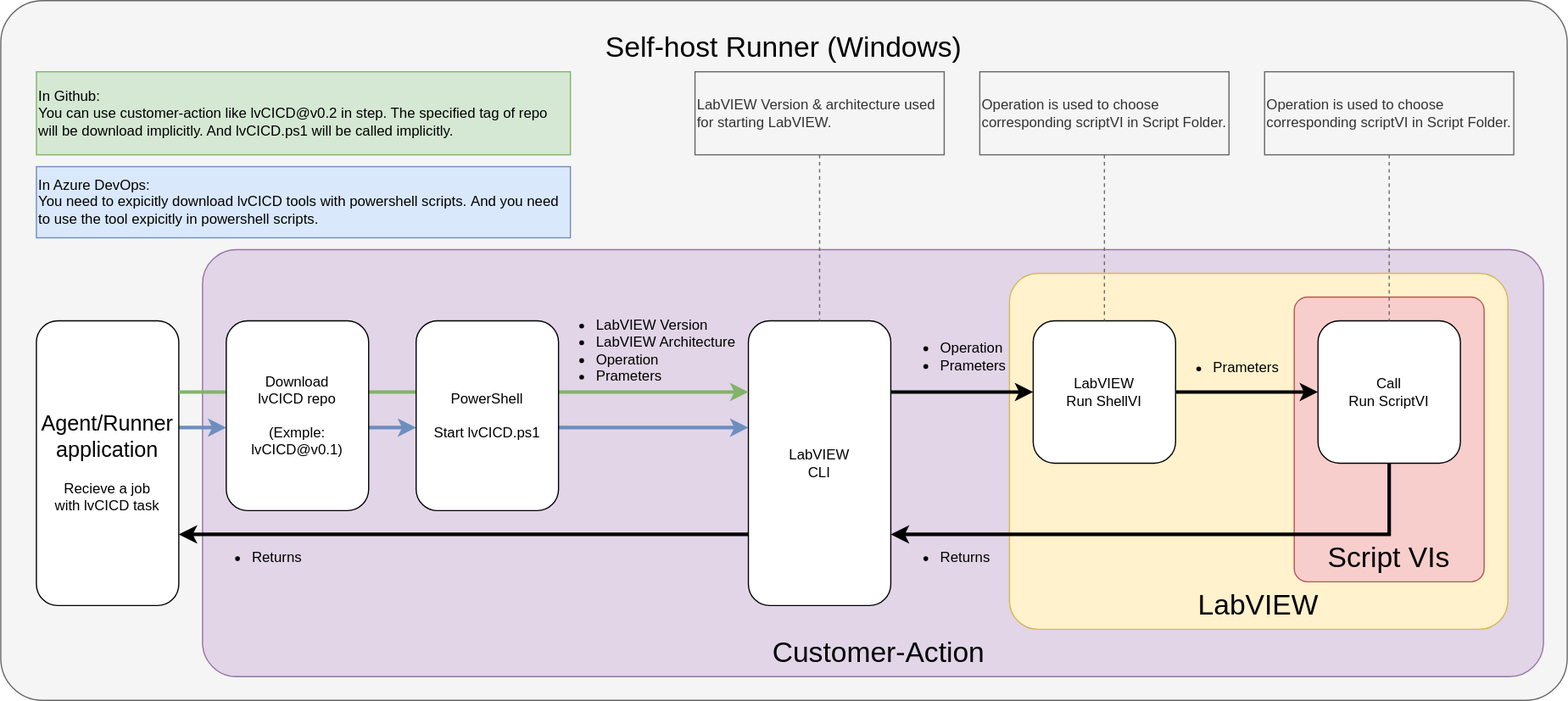
Before: docs/architecture.svg, a diagram exported from draw.io (LV-APT/lvCICD). Source tidied: cells renumbered, new cells last; positions are measured from the earlier drawing's top-left corner, leaving out a move shared by most shapes. Source of this version:
```xml
<mxGraphModel>
  <root>
    <mxCell id="0" />
    <mxCell id="1" parent="0" />
    <mxCell id="2" style="rounded=1;whiteSpace=wrap;html=1;align=left;fillColor=#f5f5f5;strokeColor=#666666;fontColor=#333333;arcSize=6;" parent="1" vertex="1">
      <mxGeometry width="1320" height="590" as="geometry" />
    </mxCell>
    <mxCell id="3" style="rounded=1;whiteSpace=wrap;html=1;align=left;fillColor=#e1d5e7;strokeColor=#9673a6;arcSize=8;" parent="1" vertex="1">
      <mxGeometry x="170" y="210" width="1130" height="360" as="geometry" />
    </mxCell>
    <mxCell id="4" style="rounded=1;whiteSpace=wrap;html=1;align=left;fillColor=#fff2cc;strokeColor=#d6b656;arcSize=8;" parent="1" vertex="1">
      <mxGeometry x="850" y="230" width="420" height="300" as="geometry" />
    </mxCell>
    <mxCell id="5" style="rounded=1;whiteSpace=wrap;html=1;align=left;fillColor=#f8cecc;strokeColor=#b85450;arcSize=7;" parent="1" vertex="1">
      <mxGeometry x="1090" y="250" width="160" height="240" as="geometry" />
    </mxCell>
    <mxCell id="6" style="edgeStyle=orthogonalEdgeStyle;rounded=0;orthogonalLoop=1;jettySize=auto;html=1;exitX=1;exitY=0.75;exitDx=0;exitDy=0;entryX=0;entryY=0.75;entryDx=0;entryDy=0;fillColor=#dae8fc;strokeColor=#6c8ebf;strokeWidth=3;" parent="1" edge="1">
      <mxGeometry relative="1" as="geometry">
        <mxPoint x="150" y="360" as="sourcePoint" />
        <mxPoint x="190" y="360" as="targetPoint" />
      </mxGeometry>
    </mxCell>
    <mxCell id="7" value="&lt;font style=&quot;font-size: 18px&quot;&gt;&lt;font style=&quot;font-size: 18px&quot;&gt;Agent/Runner&lt;/font&gt;&lt;br&gt;application&lt;br&gt;&lt;/font&gt;&lt;br&gt;Recieve a job&lt;br&gt;with lvCICD task" style="rounded=1;whiteSpace=wrap;html=1;" parent="1" vertex="1">
      <mxGeometry x="30" y="270" width="120" height="240" as="geometry" />
    </mxCell>
    <mxCell id="8" style="edgeStyle=orthogonalEdgeStyle;rounded=0;orthogonalLoop=1;jettySize=auto;html=1;exitX=1;exitY=0.75;exitDx=0;exitDy=0;entryX=0;entryY=0.75;entryDx=0;entryDy=0;fillColor=#dae8fc;strokeColor=#6c8ebf;strokeWidth=3;" parent="1" edge="1">
      <mxGeometry relative="1" as="geometry">
        <mxPoint x="470" y="360" as="sourcePoint" />
        <mxPoint x="630" y="360" as="targetPoint" />
      </mxGeometry>
    </mxCell>
    <mxCell id="9" style="edgeStyle=orthogonalEdgeStyle;rounded=0;orthogonalLoop=1;jettySize=auto;html=1;exitX=1;exitY=0.75;exitDx=0;exitDy=0;entryX=0;entryY=0.75;entryDx=0;entryDy=0;fillColor=#dae8fc;strokeColor=#6c8ebf;strokeWidth=3;" parent="1" edge="1">
      <mxGeometry relative="1" as="geometry">
        <mxPoint x="310" y="360" as="sourcePoint" />
        <mxPoint x="350" y="360" as="targetPoint" />
      </mxGeometry>
    </mxCell>
    <mxCell id="10" style="edgeStyle=orthogonalEdgeStyle;rounded=0;jettySize=auto;html=1;entryX=0;entryY=0.5;entryDx=0;entryDy=0;exitX=1;exitY=0.25;exitDx=0;exitDy=0;strokeWidth=3;" parent="1" edge="1" source="11" target="13">
      <mxGeometry relative="1" as="geometry" />
    </mxCell>
    <mxCell id="11" value="LabVIEW&lt;br&gt;CLI" style="rounded=1;whiteSpace=wrap;html=1;" parent="1" vertex="1">
      <mxGeometry x="630" y="270" width="120" height="240" as="geometry" />
    </mxCell>
    <mxCell id="12" style="edgeStyle=orthogonalEdgeStyle;rounded=0;jettySize=auto;html=1;exitX=1;exitY=0.5;exitDx=0;exitDy=0;entryX=0;entryY=0.5;entryDx=0;entryDy=0;strokeWidth=3;" parent="1" edge="1" source="13" target="15">
      <mxGeometry relative="1" as="geometry" />
    </mxCell>
    <mxCell id="13" value="LabVIEW&lt;br&gt;Run ShellVI" style="rounded=1;whiteSpace=wrap;html=1;" parent="1" vertex="1">
      <mxGeometry x="870" y="270" width="120" height="120" as="geometry" />
    </mxCell>
    <mxCell id="14" style="edgeStyle=orthogonalEdgeStyle;rounded=0;jettySize=auto;html=1;exitX=0.5;exitY=1;exitDx=0;exitDy=0;entryX=1;entryY=0.75;entryDx=0;entryDy=0;strokeWidth=3;" parent="1" edge="1" source="15" target="11">
      <mxGeometry relative="1" as="geometry" />
    </mxCell>
    <mxCell id="15" value="Call&lt;br&gt;Run ScriptVI" style="rounded=1;whiteSpace=wrap;html=1;" parent="1" vertex="1">
      <mxGeometry x="1110" y="270" width="120" height="120" as="geometry" />
    </mxCell>
    <mxCell id="16" value="In Azure DevOps:&lt;br&gt;You need to&amp;nbsp;expicitly download lvCICD tools with powershell scripts.&amp;nbsp;And you need to use the tool expicitly&amp;nbsp;in powershell scripts." style="text;html=1;strokeColor=#6c8ebf;fillColor=#dae8fc;align=left;verticalAlign=middle;whiteSpace=wrap;rounded=0;" parent="1" vertex="1">
      <mxGeometry x="30" y="140" width="450" height="60" as="geometry" />
    </mxCell>
    <mxCell id="17" style="edgeStyle=orthogonalEdgeStyle;rounded=0;jettySize=auto;html=1;exitX=1;exitY=0.25;exitDx=0;exitDy=0;entryX=0;entryY=0.25;entryDx=0;entryDy=0;fillColor=#d5e8d4;strokeColor=#82b366;strokeWidth=3;" parent="1" edge="1" source="7" target="11">
      <mxGeometry relative="1" as="geometry" />
    </mxCell>
    <mxCell id="18" value="In Github:&lt;br&gt;You can use customer-action like lvCICD@v0.2 in step. The specified tag&amp;nbsp;of repo will be download&amp;nbsp;implicitly. And&amp;nbsp;lvCICD.ps1 will be called implicitly." style="text;html=1;strokeColor=#82b366;fillColor=#d5e8d4;align=left;verticalAlign=middle;whiteSpace=wrap;rounded=0;" parent="1" vertex="1">
      <mxGeometry x="30" y="60" width="450" height="70" as="geometry" />
    </mxCell>
    <mxCell id="19" value="&lt;ul&gt;&lt;li&gt;&lt;span&gt;LabVIEW Version&lt;/span&gt;&lt;/li&gt;&lt;li&gt;&lt;span&gt;LabVIEW Architecture&lt;/span&gt;&lt;/li&gt;&lt;li&gt;&lt;span&gt;Operation&lt;/span&gt;&lt;/li&gt;&lt;li&gt;&lt;span&gt;Prameters&lt;/span&gt;&lt;/li&gt;&lt;/ul&gt;" style="text;html=1;strokeColor=none;fillColor=none;align=left;verticalAlign=middle;whiteSpace=wrap;rounded=0;" parent="1" vertex="1">
      <mxGeometry x="460" y="260" width="165" height="70" as="geometry" />
    </mxCell>
    <mxCell id="20" value="&lt;ul&gt;&lt;li&gt;&lt;span&gt;Operation&lt;/span&gt;&lt;br&gt;&lt;/li&gt;&lt;li&gt;&lt;span&gt;Prameters&lt;/span&gt;&lt;/li&gt;&lt;/ul&gt;" style="text;html=1;strokeColor=none;fillColor=none;align=left;verticalAlign=middle;whiteSpace=wrap;rounded=0;" parent="1" vertex="1">
      <mxGeometry x="750" y="280" width="110" height="40" as="geometry" />
    </mxCell>
    <mxCell id="21" value="&lt;ul&gt;&lt;li&gt;&lt;span&gt;Prameters&lt;/span&gt;&lt;br&gt;&lt;/li&gt;&lt;/ul&gt;" style="text;html=1;strokeColor=none;fillColor=none;align=left;verticalAlign=middle;whiteSpace=wrap;rounded=0;" parent="1" vertex="1">
      <mxGeometry x="980" y="290" width="110" height="40" as="geometry" />
    </mxCell>
    <mxCell id="22" value="&lt;ul&gt;&lt;li&gt;&lt;span&gt;Returns&lt;/span&gt;&lt;br&gt;&lt;/li&gt;&lt;/ul&gt;" style="text;html=1;strokeColor=none;fillColor=none;align=left;verticalAlign=middle;whiteSpace=wrap;rounded=0;" parent="1" vertex="1">
      <mxGeometry x="750" y="450" width="165" height="40" as="geometry" />
    </mxCell>
    <mxCell id="23" style="edgeStyle=orthogonalEdgeStyle;rounded=0;jettySize=auto;html=1;exitX=0.5;exitY=1;exitDx=0;exitDy=0;entryX=0.5;entryY=0;entryDx=0;entryDy=0;strokeWidth=1;fillColor=#f5f5f5;strokeColor=#666666;dashed=1;endArrow=none;endFill=0;" parent="1" edge="1" source="24" target="11">
      <mxGeometry relative="1" as="geometry" />
    </mxCell>
    <mxCell id="24" value="&lt;span&gt;LabVIEW Version &amp;amp; architecture used for starting LabVIEW.&lt;/span&gt;" style="text;html=1;strokeColor=#666666;fillColor=#f5f5f5;align=left;verticalAlign=middle;whiteSpace=wrap;rounded=0;fontColor=#333333;" parent="1" vertex="1">
      <mxGeometry x="585" y="60" width="210" height="70" as="geometry" />
    </mxCell>
    <mxCell id="25" style="edgeStyle=orthogonalEdgeStyle;rounded=0;jettySize=auto;html=1;exitX=0.5;exitY=1;exitDx=0;exitDy=0;entryX=0.5;entryY=0;entryDx=0;entryDy=0;strokeWidth=1;fillColor=#f5f5f5;strokeColor=#666666;dashed=1;endArrow=none;endFill=0;" parent="1" edge="1" source="26" target="13">
      <mxGeometry relative="1" as="geometry" />
    </mxCell>
    <mxCell id="26" value="&lt;span&gt;Operation is used to choose corresponding scriptVI in Script Folder.&lt;/span&gt;" style="text;html=1;strokeColor=#666666;fillColor=#f5f5f5;align=left;verticalAlign=middle;whiteSpace=wrap;rounded=0;fontColor=#333333;" parent="1" vertex="1">
      <mxGeometry x="825" y="60" width="210" height="70" as="geometry" />
    </mxCell>
    <mxCell id="27" style="edgeStyle=orthogonalEdgeStyle;rounded=0;jettySize=auto;html=1;exitX=0.5;exitY=1;exitDx=0;exitDy=0;entryX=0.5;entryY=0;entryDx=0;entryDy=0;strokeWidth=1;fillColor=#f5f5f5;strokeColor=#666666;dashed=1;endArrow=none;endFill=0;" parent="1" edge="1" source="28" target="15">
      <mxGeometry relative="1" as="geometry" />
    </mxCell>
    <mxCell id="28" value="&lt;span&gt;Operation is used to choose corresponding scriptVI in Script Folder.&lt;/span&gt;" style="text;html=1;strokeColor=#666666;fillColor=#f5f5f5;align=left;verticalAlign=middle;whiteSpace=wrap;rounded=0;fontColor=#333333;" parent="1" vertex="1">
      <mxGeometry x="1065" y="60" width="210" height="70" as="geometry" />
    </mxCell>
    <mxCell id="29" style="edgeStyle=orthogonalEdgeStyle;rounded=0;jettySize=auto;html=1;exitX=0;exitY=0.75;exitDx=0;exitDy=0;entryX=1;entryY=0.75;entryDx=0;entryDy=0;strokeWidth=3;" parent="1" edge="1" source="11" target="7">
      <mxGeometry relative="1" as="geometry" />
    </mxCell>
    <mxCell id="30" value="Self-host Runner (Windows)" style="text;html=1;strokeColor=none;fillColor=none;align=center;verticalAlign=middle;whiteSpace=wrap;rounded=0;fontSize=24;" parent="1" vertex="1">
      <mxGeometry x="490" y="30" width="340" height="20" as="geometry" />
    </mxCell>
    <mxCell id="31" value="LabVIEW" style="text;html=1;strokeColor=none;fillColor=none;align=center;verticalAlign=middle;whiteSpace=wrap;rounded=0;fontSize=24;" parent="1" vertex="1">
      <mxGeometry x="890" y="500" width="340" height="20" as="geometry" />
    </mxCell>
    <mxCell id="32" value="Script VIs" style="text;html=1;strokeColor=none;fillColor=none;align=center;verticalAlign=middle;whiteSpace=wrap;rounded=0;fontSize=24;" parent="1" vertex="1">
      <mxGeometry x="1090" y="460" width="160" height="20" as="geometry" />
    </mxCell>
    <mxCell id="33" value="Customer-Action" style="text;html=1;strokeColor=none;fillColor=none;align=center;verticalAlign=middle;whiteSpace=wrap;rounded=0;fontSize=24;" parent="1" vertex="1">
      <mxGeometry x="570" y="540" width="340" height="20" as="geometry" />
    </mxCell>
    <mxCell id="34" value="PowerShell&lt;br&gt;&lt;br&gt;Start lvCICD.ps1" style="rounded=1;whiteSpace=wrap;html=1;" parent="1" vertex="1">
      <mxGeometry x="350" y="270" width="120" height="160" as="geometry" />
    </mxCell>
    <mxCell id="35" value="Download&lt;br&gt;lvCICD repo&lt;br&gt;&lt;br&gt;(Exmple:&lt;br&gt;lvCICD@v0.1)" style="rounded=1;whiteSpace=wrap;html=1;" parent="1" vertex="1">
      <mxGeometry x="190" y="270" width="120" height="160" as="geometry" />
    </mxCell>
    <mxCell id="36" value="&lt;ul&gt;&lt;li&gt;&lt;span&gt;Returns&lt;/span&gt;&lt;br&gt;&lt;/li&gt;&lt;/ul&gt;" style="text;html=1;strokeColor=none;fillColor=none;align=left;verticalAlign=middle;whiteSpace=wrap;rounded=0;" parent="1" vertex="1">
      <mxGeometry x="170" y="450" width="165" height="40" as="geometry" />
    </mxCell>
  </root>
</mxGraphModel>
```
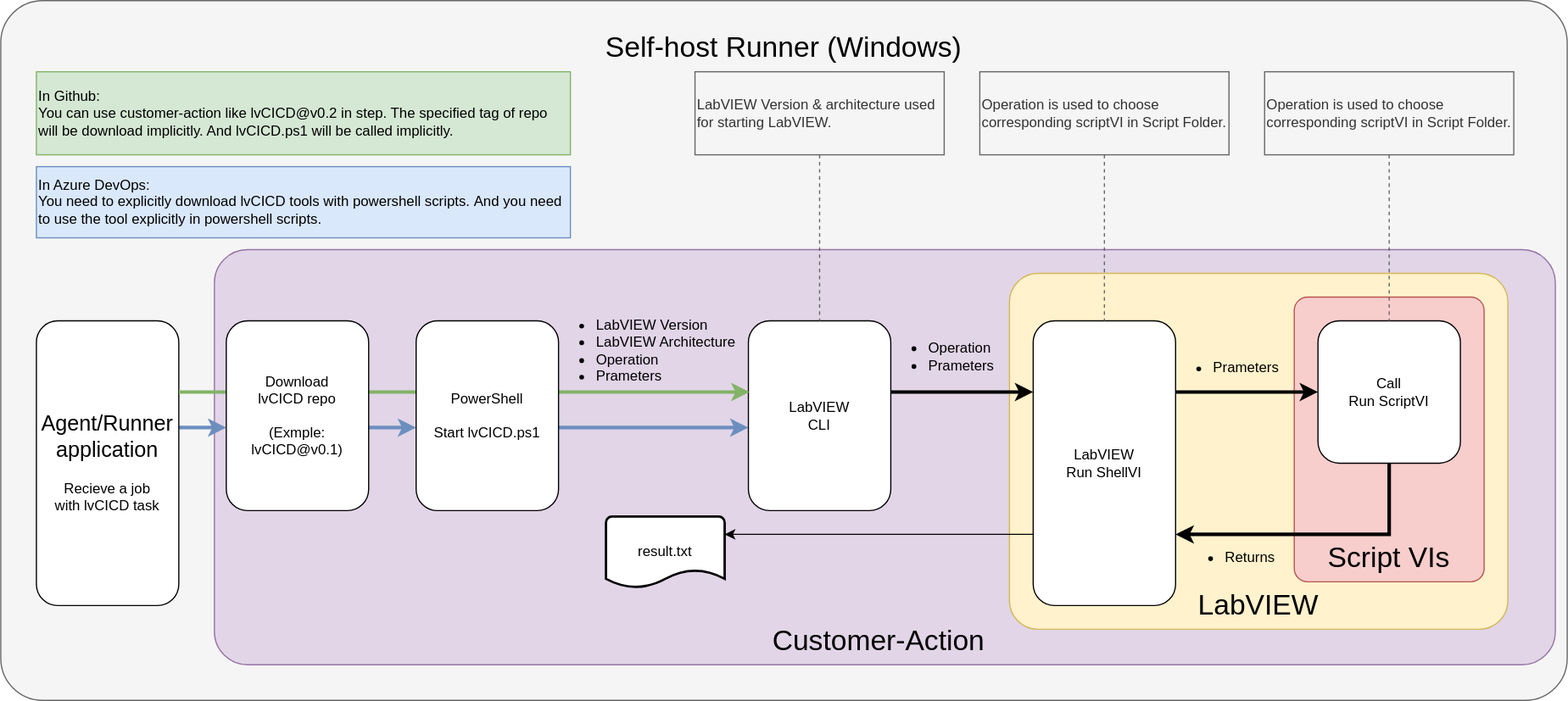
Above is the later version.

Change to the diagram source:
```diff
@@ -6,7 +6,7 @@
       <mxGeometry width="1320" height="590" as="geometry" />
     </mxCell>
     <mxCell id="3" style="rounded=1;whiteSpace=wrap;html=1;align=left;fillColor=#e1d5e7;strokeColor=#9673a6;arcSize=8;" parent="1" vertex="1">
-      <mxGeometry x="170" y="210" width="1130" height="360" as="geometry" />
+      <mxGeometry x="180" y="210" width="1130" height="350" as="geometry" />
     </mxCell>
     <mxCell id="4" style="rounded=1;whiteSpace=wrap;html=1;align=left;fillColor=#fff2cc;strokeColor=#d6b656;arcSize=8;" parent="1" vertex="1">
       <mxGeometry x="850" y="230" width="420" height="300" as="geometry" />
@@ -35,28 +35,33 @@
         <mxPoint x="350" y="360" as="targetPoint" />
       </mxGeometry>
     </mxCell>
-    <mxCell id="10" style="edgeStyle=orthogonalEdgeStyle;rounded=0;jettySize=auto;html=1;entryX=0;entryY=0.5;entryDx=0;entryDy=0;exitX=1;exitY=0.25;exitDx=0;exitDy=0;strokeWidth=3;" parent="1" edge="1" source="11" target="13">
-      <mxGeometry relative="1" as="geometry" />
+    <mxCell id="10" style="edgeStyle=orthogonalEdgeStyle;rounded=0;jettySize=auto;html=1;entryX=0;entryY=0.25;entryDx=0;entryDy=0;strokeWidth=3;" parent="1" edge="1" target="13">
+      <mxGeometry relative="1" as="geometry">
+        <mxPoint x="750" y="330" as="sourcePoint" />
+      </mxGeometry>
     </mxCell>
     <mxCell id="11" value="LabVIEW&lt;br&gt;CLI" style="rounded=1;whiteSpace=wrap;html=1;" parent="1" vertex="1">
-      <mxGeometry x="630" y="270" width="120" height="240" as="geometry" />
+      <mxGeometry x="630" y="270" width="120" height="160" as="geometry" />
     </mxCell>
-    <mxCell id="12" style="edgeStyle=orthogonalEdgeStyle;rounded=0;jettySize=auto;html=1;exitX=1;exitY=0.5;exitDx=0;exitDy=0;entryX=0;entryY=0.5;entryDx=0;entryDy=0;strokeWidth=3;" parent="1" edge="1" source="13" target="15">
+    <mxCell id="12" style="edgeStyle=orthogonalEdgeStyle;rounded=0;jettySize=auto;html=1;exitX=1;exitY=0.25;exitDx=0;exitDy=0;entryX=0;entryY=0.5;entryDx=0;entryDy=0;strokeWidth=3;" parent="1" edge="1" source="13" target="15">
       <mxGeometry relative="1" as="geometry" />
     </mxCell>
+    <mxCell id="37" style="edgeStyle=orthogonalEdgeStyle;rounded=0;jettySize=auto;html=1;exitX=0;exitY=0.75;exitDx=0;exitDy=0;entryX=1;entryY=0.25;entryDx=0;entryDy=0;entryPerimeter=0;" parent="1" edge="1" source="13" target="38">
+      <mxGeometry relative="1" as="geometry" />
+    </mxCell>
     <mxCell id="13" value="LabVIEW&lt;br&gt;Run ShellVI" style="rounded=1;whiteSpace=wrap;html=1;" parent="1" vertex="1">
-      <mxGeometry x="870" y="270" width="120" height="120" as="geometry" />
+      <mxGeometry x="870" y="270" width="120" height="240" as="geometry" />
     </mxCell>
-    <mxCell id="14" style="edgeStyle=orthogonalEdgeStyle;rounded=0;jettySize=auto;html=1;exitX=0.5;exitY=1;exitDx=0;exitDy=0;entryX=1;entryY=0.75;entryDx=0;entryDy=0;strokeWidth=3;" parent="1" edge="1" source="15" target="11">
+    <mxCell id="14" style="edgeStyle=orthogonalEdgeStyle;rounded=0;jettySize=auto;html=1;exitX=0.5;exitY=1;exitDx=0;exitDy=0;entryX=1;entryY=0.75;entryDx=0;entryDy=0;strokeWidth=3;" parent="1" edge="1" source="15" target="13">
       <mxGeometry relative="1" as="geometry" />
     </mxCell>
     <mxCell id="15" value="Call&lt;br&gt;Run ScriptVI" style="rounded=1;whiteSpace=wrap;html=1;" parent="1" vertex="1">
       <mxGeometry x="1110" y="270" width="120" height="120" as="geometry" />
     </mxCell>
-    <mxCell id="16" value="In Azure DevOps:&lt;br&gt;You need to&amp;nbsp;expicitly download lvCICD tools with powershell scripts.&amp;nbsp;And you need to use the tool expicitly&amp;nbsp;in powershell scripts." style="text;html=1;strokeColor=#6c8ebf;fillColor=#dae8fc;align=left;verticalAlign=middle;whiteSpace=wrap;rounded=0;" parent="1" vertex="1">
+    <mxCell id="16" value="In Azure DevOps:&lt;br&gt;You need to&amp;nbsp;explicitly download lvCICD tools with powershell scripts.&amp;nbsp;And you need to use the tool explicitly in powershell scripts." style="text;html=1;strokeColor=#6c8ebf;fillColor=#dae8fc;align=left;verticalAlign=middle;whiteSpace=wrap;rounded=0;" parent="1" vertex="1">
       <mxGeometry x="30" y="140" width="450" height="60" as="geometry" />
     </mxCell>
-    <mxCell id="17" style="edgeStyle=orthogonalEdgeStyle;rounded=0;jettySize=auto;html=1;exitX=1;exitY=0.25;exitDx=0;exitDy=0;entryX=0;entryY=0.25;entryDx=0;entryDy=0;fillColor=#d5e8d4;strokeColor=#82b366;strokeWidth=3;" parent="1" edge="1" source="7" target="11">
+    <mxCell id="17" style="edgeStyle=orthogonalEdgeStyle;rounded=0;jettySize=auto;html=1;exitX=1;exitY=0.25;exitDx=0;exitDy=0;entryX=0.008;entryY=0.375;entryDx=0;entryDy=0;fillColor=#d5e8d4;strokeColor=#82b366;strokeWidth=3;entryPerimeter=0;" parent="1" edge="1" source="7" target="11">
       <mxGeometry relative="1" as="geometry" />
     </mxCell>
     <mxCell id="18" value="In Github:&lt;br&gt;You can use customer-action like lvCICD@v0.2 in step. The specified tag&amp;nbsp;of repo will be download&amp;nbsp;implicitly. And&amp;nbsp;lvCICD.ps1 will be called implicitly." style="text;html=1;strokeColor=#82b366;fillColor=#d5e8d4;align=left;verticalAlign=middle;whiteSpace=wrap;rounded=0;" parent="1" vertex="1">
@@ -66,13 +71,13 @@
       <mxGeometry x="460" y="260" width="165" height="70" as="geometry" />
     </mxCell>
     <mxCell id="20" value="&lt;ul&gt;&lt;li&gt;&lt;span&gt;Operation&lt;/span&gt;&lt;br&gt;&lt;/li&gt;&lt;li&gt;&lt;span&gt;Prameters&lt;/span&gt;&lt;/li&gt;&lt;/ul&gt;" style="text;html=1;strokeColor=none;fillColor=none;align=left;verticalAlign=middle;whiteSpace=wrap;rounded=0;" parent="1" vertex="1">
-      <mxGeometry x="750" y="280" width="110" height="40" as="geometry" />
+      <mxGeometry x="740" y="280" width="110" height="40" as="geometry" />
     </mxCell>
     <mxCell id="21" value="&lt;ul&gt;&lt;li&gt;&lt;span&gt;Prameters&lt;/span&gt;&lt;br&gt;&lt;/li&gt;&lt;/ul&gt;" style="text;html=1;strokeColor=none;fillColor=none;align=left;verticalAlign=middle;whiteSpace=wrap;rounded=0;" parent="1" vertex="1">
       <mxGeometry x="980" y="290" width="110" height="40" as="geometry" />
     </mxCell>
     <mxCell id="22" value="&lt;ul&gt;&lt;li&gt;&lt;span&gt;Returns&lt;/span&gt;&lt;br&gt;&lt;/li&gt;&lt;/ul&gt;" style="text;html=1;strokeColor=none;fillColor=none;align=left;verticalAlign=middle;whiteSpace=wrap;rounded=0;" parent="1" vertex="1">
-      <mxGeometry x="750" y="450" width="165" height="40" as="geometry" />
+      <mxGeometry x="990" y="450" width="165" height="40" as="geometry" />
     </mxCell>
     <mxCell id="23" style="edgeStyle=orthogonalEdgeStyle;rounded=0;jettySize=auto;html=1;exitX=0.5;exitY=1;exitDx=0;exitDy=0;entryX=0.5;entryY=0;entryDx=0;entryDy=0;strokeWidth=1;fillColor=#f5f5f5;strokeColor=#666666;dashed=1;endArrow=none;endFill=0;" parent="1" edge="1" source="24" target="11">
       <mxGeometry relative="1" as="geometry" />
@@ -92,9 +97,6 @@
     <mxCell id="28" value="&lt;span&gt;Operation is used to choose corresponding scriptVI in Script Folder.&lt;/span&gt;" style="text;html=1;strokeColor=#666666;fillColor=#f5f5f5;align=left;verticalAlign=middle;whiteSpace=wrap;rounded=0;fontColor=#333333;" parent="1" vertex="1">
       <mxGeometry x="1065" y="60" width="210" height="70" as="geometry" />
     </mxCell>
-    <mxCell id="29" style="edgeStyle=orthogonalEdgeStyle;rounded=0;jettySize=auto;html=1;exitX=0;exitY=0.75;exitDx=0;exitDy=0;entryX=1;entryY=0.75;entryDx=0;entryDy=0;strokeWidth=3;" parent="1" edge="1" source="11" target="7">
-      <mxGeometry relative="1" as="geometry" />
-    </mxCell>
     <mxCell id="30" value="Self-host Runner (Windows)" style="text;html=1;strokeColor=none;fillColor=none;align=center;verticalAlign=middle;whiteSpace=wrap;rounded=0;fontSize=24;" parent="1" vertex="1">
       <mxGeometry x="490" y="30" width="340" height="20" as="geometry" />
     </mxCell>
@@ -105,7 +107,7 @@
       <mxGeometry x="1090" y="460" width="160" height="20" as="geometry" />
     </mxCell>
     <mxCell id="33" value="Customer-Action" style="text;html=1;strokeColor=none;fillColor=none;align=center;verticalAlign=middle;whiteSpace=wrap;rounded=0;fontSize=24;" parent="1" vertex="1">
-      <mxGeometry x="570" y="540" width="340" height="20" as="geometry" />
+      <mxGeometry x="570" y="530" width="340" height="20" as="geometry" />
     </mxCell>
     <mxCell id="34" value="PowerShell&lt;br&gt;&lt;br&gt;Start lvCICD.ps1" style="rounded=1;whiteSpace=wrap;html=1;" parent="1" vertex="1">
       <mxGeometry x="350" y="270" width="120" height="160" as="geometry" />
@@ -113,8 +115,8 @@
     <mxCell id="35" value="Download&lt;br&gt;lvCICD repo&lt;br&gt;&lt;br&gt;(Exmple:&lt;br&gt;lvCICD@v0.1)" style="rounded=1;whiteSpace=wrap;html=1;" parent="1" vertex="1">
       <mxGeometry x="190" y="270" width="120" height="160" as="geometry" />
     </mxCell>
-    <mxCell id="36" value="&lt;ul&gt;&lt;li&gt;&lt;span&gt;Returns&lt;/span&gt;&lt;br&gt;&lt;/li&gt;&lt;/ul&gt;" style="text;html=1;strokeColor=none;fillColor=none;align=left;verticalAlign=middle;whiteSpace=wrap;rounded=0;" parent="1" vertex="1">
-      <mxGeometry x="170" y="450" width="165" height="40" as="geometry" />
-    </mxCell>
+    <mxCell id="38" value="result.txt" style="strokeWidth=2;html=1;shape=mxgraph.flowchart.document2;whiteSpace=wrap;size=0.25;" parent="1" vertex="1">
+      <mxGeometry x="510" y="435" width="100" height="60" as="geometry" />
+    </mxCell>
   </root>
 </mxGraphModel>
```
